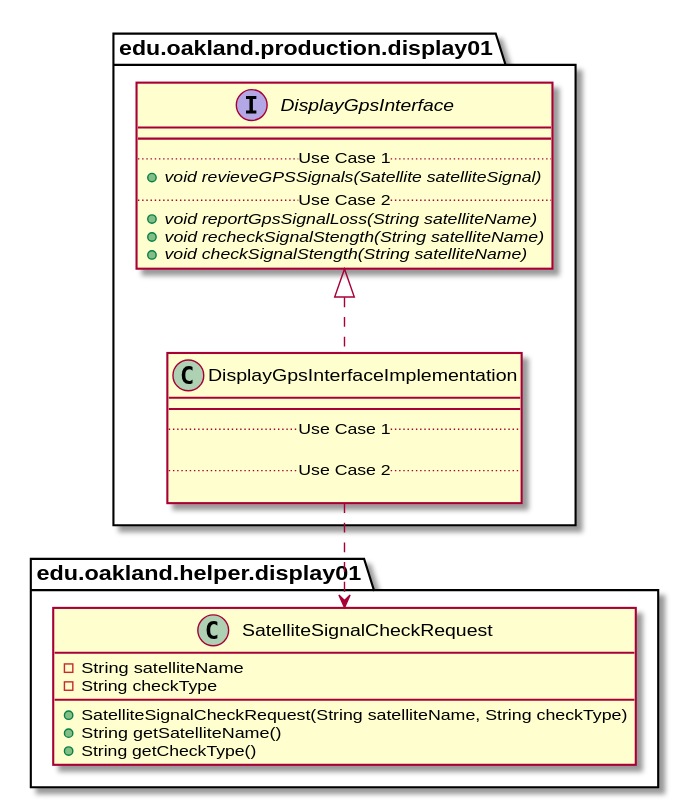
The PlantUML diagram docs/uml-class-diagrams/display01/production/DisplayGpsInterfaceImplementation/DisplayGpsInterfaceImplementation_DirectDependencies.svg in andrewdimmer/csi-3370-software-project, before a commit.
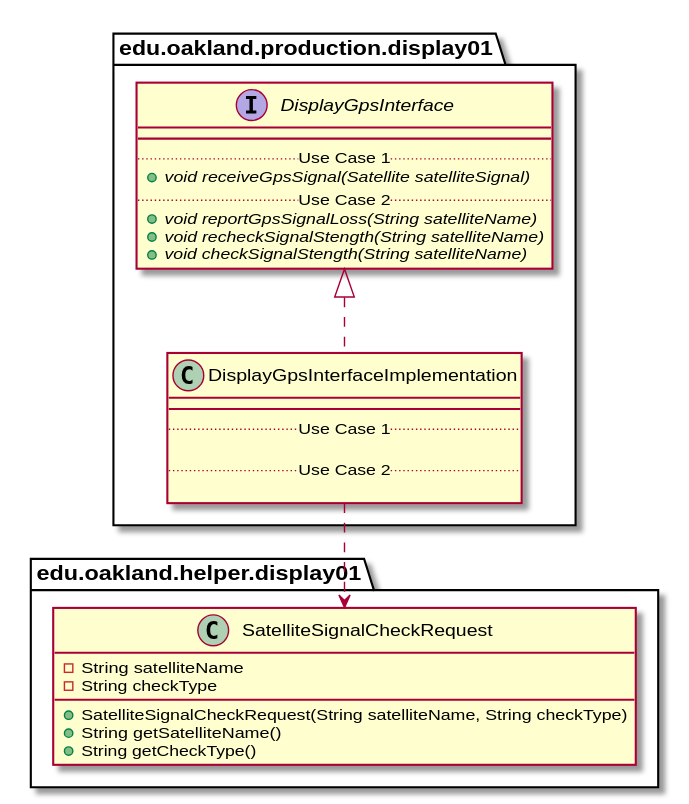
The same file after the commit.

Change to the diagram source:
```diff
@@ -1,89 +1,45 @@
 @startuml DisplayGpsInterfaceImplementation_DirectDependencies
 
 
+package edu.oakland.production.display01 {
+    class DisplayGpsInterfaceImplementation {
+        __
+        .. Use Case 1 ..
+
+        .. Use Case 2 ..
+
+    }
+}
 
 
 
 package edu.oakland.production.display01 {
-
-    class DisplayGpsInterfaceImplementation {
-
+    interface DisplayGpsInterface {
         __
-
         .. Use Case 1 ..
-
-
-
+        {abstract} + void receiveGpsSignal(Satellite satelliteSignal)
         .. Use Case 2 ..
-
-
-
+        {abstract} + void reportGpsSignalLoss(String satelliteName)
+        {abstract} + void recheckSignalStength(String satelliteName)
+        {abstract} + void checkSignalStength(String satelliteName)
     }
-
 }
-
-
-
-
-
-
-
-package edu.oakland.production.display01 {
-
-    interface DisplayGpsInterface {
-
-        __
-
-        .. Use Case 1 ..
-
-        {abstract} + void receiveGpsSignal(Satellite satelliteSignal)
-
-        .. Use Case 2 ..
-
-        {abstract} + void reportGpsSignalLoss(String satelliteName)
-
-        {abstract} + void recheckSignalStength(String satelliteName)
-
-        {abstract} + void checkSignalStength(String satelliteName)
-
-    }
-
-}
-
-
 
 DisplayGpsInterfaceImplementation .up.|> DisplayGpsInterface
 
 
-
-
-
 package edu.oakland.helper.display01 {
-
     class SatelliteSignalCheckRequest {
-
         - String satelliteName
-
         - String checkType
-
         + SatelliteSignalCheckRequest(String satelliteName, String checkType)
-
         + String getSatelliteName()
-
         + String getCheckType()
-
     }
-
 }
-
-
 
 DisplayGpsInterfaceImplementation ..> SatelliteSignalCheckRequest
 
 
 
-
-
-
-
 @enduml
```
